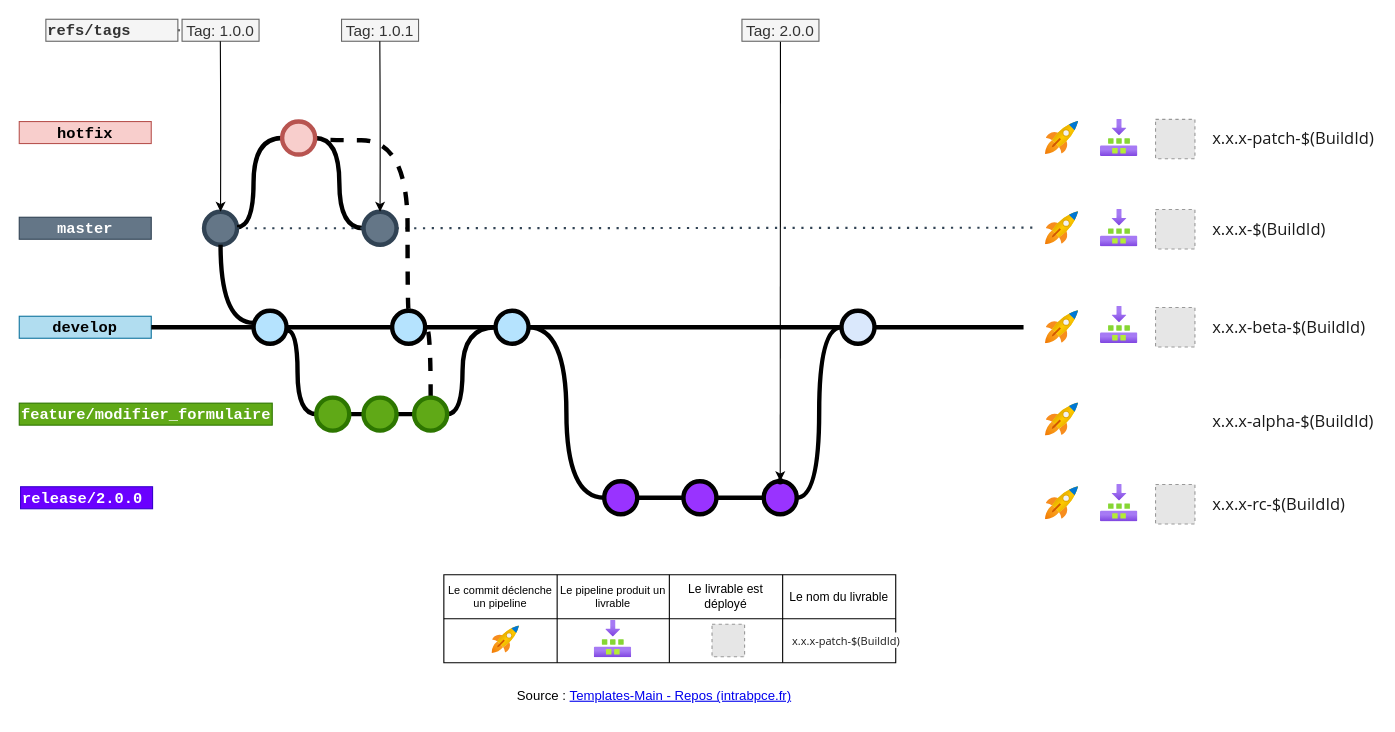
jmrablat/GITFLOW-BP-SAC keeps this draw.io diagram as page "Interaction lfow-pipeline" (2 of 6) of BP_SAC_gitflow.drawio. Above is the earlier version. Source tidied: cells renumbered, new cells numbered last; positions are measured from the earlier drawing's top-left corner, leaving out a move shared by most shapes. Both pictures are drawn from the tidied source at 110%, with x=0, y=0 at pixel (19, 19). Pictures stored in the file or linked from it are replaced by grey dashed boxes.
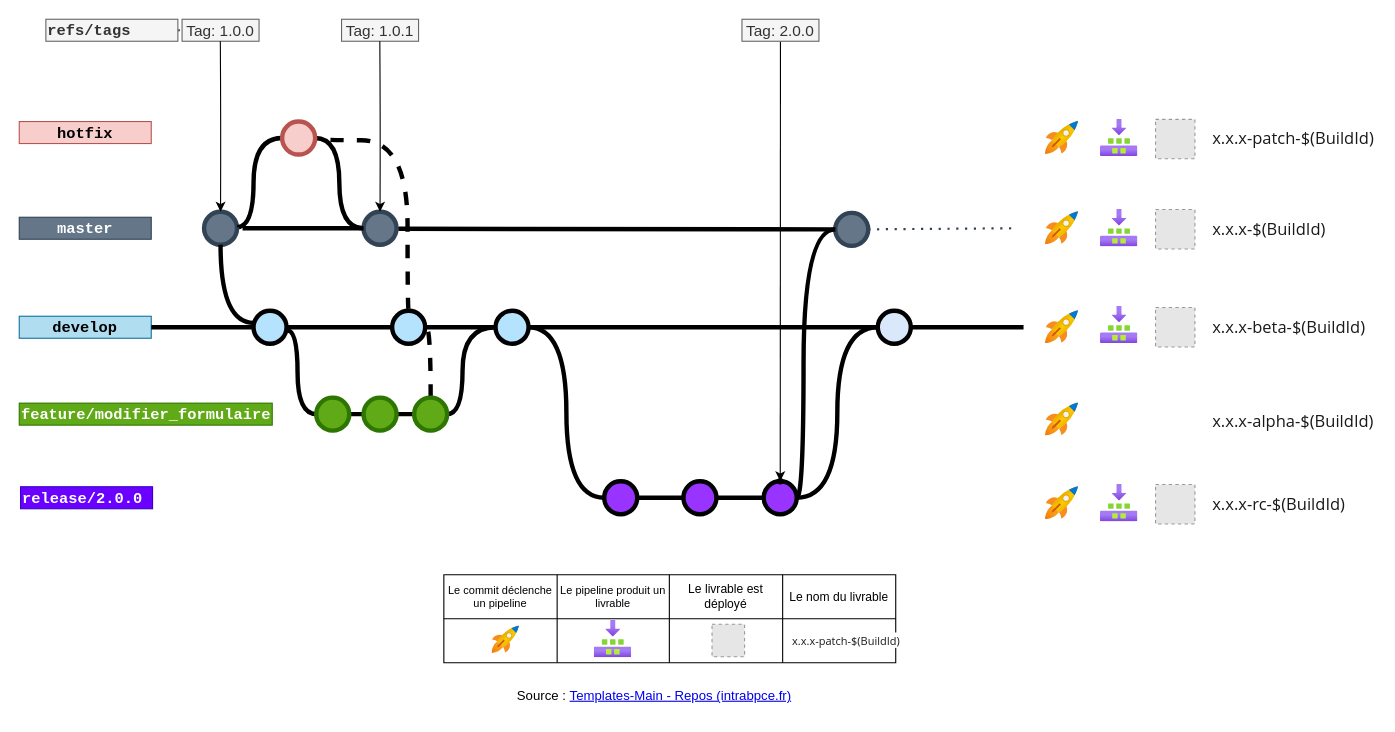
After the change.

Unchanged cells that the change refers to:
```xml
<mxCell id="24" style="verticalLabelPosition=bottom;verticalAlign=top;html=1;strokeWidth=4;shape=mxgraph.flowchart.on-page_reference;plain-purple;gradientColor=none;strokeColor=#000000;fillColor=#9933FF;" parent="1" vertex="1">
  <mxGeometry x="676.8" y="420" width="30" height="30" as="geometry" />
</mxCell>
<mxCell id="48" style="verticalLabelPosition=bottom;verticalAlign=top;html=1;strokeWidth=4;shape=mxgraph.flowchart.on-page_reference;fillColor=#647687;strokeColor=#314354;fontColor=#ffffff;" parent="1" vertex="1">
  <mxGeometry x="313" y="175" width="30" height="30" as="geometry" />
</mxCell>
```

What changed in the source:
```diff
@@
     <mxCell id="17" style="verticalLabelPosition=bottom;verticalAlign=top;html=1;strokeWidth=4;shape=mxgraph.flowchart.on-page_reference;plain-blue;gradientColor=none;strokeColor=#000000;" parent="1" vertex="1">
-      <mxGeometry x="747.5" y="265" width="30" height="30" as="geometry" />
+      <mxGeometry x="780.5" y="265" width="30" height="30" as="geometry" />
     </mxCell>
@@
-    <mxCell id="38" style="endArrow=none;dashed=1;html=1;dashPattern=1 3;strokeWidth=2;rounded=0;fontColor=#B85450;exitX=1;exitY=0.5;exitDx=0;exitDy=0;strokeColor=#314354;fillColor=#647687;startArrow=none;" parent="1" edge="1" source="48">
+    <mxCell id="38" style="endArrow=none;dashed=1;html=1;dashPattern=1 3;strokeWidth=2;rounded=0;fontColor=#B85450;exitX=1;exitY=0.5;exitDx=0;exitDy=0;strokeColor=#314354;fillColor=#647687;startArrow=none;" parent="1" edge="1" source="83">
       <mxGeometry relative="1" as="geometry">
-        <mxPoint x="924.2" y="189.5" as="targetPoint" />
+        <mxPoint x="903" y="190" as="targetPoint" />
       </mxGeometry>
     </mxCell>
@@
+    <mxCell id="82" style="endArrow=none;dashed=1;html=1;dashPattern=1 3;strokeWidth=2;rounded=0;fontColor=#B85450;exitX=1;exitY=0.5;exitDx=0;exitDy=0;strokeColor=#314354;fillColor=#647687;startArrow=none;" parent="1" edge="1" source="48" target="83">
+      <mxGeometry relative="1" as="geometry" />
+    </mxCell>
+    <mxCell id="83" style="verticalLabelPosition=bottom;verticalAlign=top;html=1;strokeWidth=4;shape=mxgraph.flowchart.on-page_reference;fillColor=#647687;strokeColor=#314354;fontColor=#ffffff;" parent="1" vertex="1">
+      <mxGeometry x="741.8" y="176" width="30" height="30" as="geometry" />
+    </mxCell>
+    <mxCell id="84" style="edgeStyle=orthogonalEdgeStyle;curved=1;rounded=0;html=1;exitX=1;exitY=0.5;exitPerimeter=0;entryX=0;entryY=0.5;entryPerimeter=0;endArrow=none;endFill=0;jettySize=auto;strokeWidth=4;fontSize=15;entryDx=0;entryDy=0;exitDx=0;exitDy=0;" parent="1" edge="1" source="24" target="83">
+      <mxGeometry relative="1" as="geometry">
+        <Array as="points">
+          <mxPoint x="713" y="435" />
+          <mxPoint x="713" y="191" />
+        </Array>
+      </mxGeometry>
+    </mxCell>
+    <mxCell id="85" style="edgeStyle=orthogonalEdgeStyle;rounded=0;html=1;jettySize=auto;orthogonalLoop=1;plain-blue;endArrow=none;endFill=0;strokeWidth=4;strokeColor=#000000;" parent="1" edge="1">
+      <mxGeometry x="504.5" y="320" as="geometry">
+        <mxPoint x="203" y="190" as="sourcePoint" />
+        <mxPoint x="313" y="190" as="targetPoint" />
+      </mxGeometry>
+    </mxCell>
+    <mxCell id="86" style="edgeStyle=orthogonalEdgeStyle;rounded=0;html=1;jettySize=auto;plain-blue;endArrow=none;endFill=0;strokeWidth=4;strokeColor=#000000;entryX=0;entryY=0.5;entryDx=0;entryDy=0;entryPerimeter=0;" parent="1" edge="1" target="83">
+      <mxGeometry x="504.5" y="320" as="geometry">
+        <mxPoint x="344.8" y="190.5" as="sourcePoint" />
+      </mxGeometry>
+    </mxCell>
```
